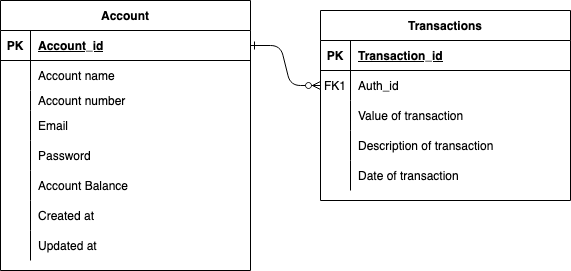
emmanueltukpe/ledger keeps this draw.io diagram as images/Ledger.drawio.png. Above is the earlier version. Source tidied: cells renumbered, new cells last; positions are measured from the earlier drawing's top-left corner, leaving out a move shared by most shapes. Source of this version:
```xml
<mxGraphModel>
  <root>
    <mxCell id="0" />
    <mxCell id="1" parent="0" />
    <mxCell id="2" style="edgeStyle=entityRelationEdgeStyle;endArrow=ERzeroToMany;startArrow=ERone;endFill=1;startFill=0;" parent="1" edge="1" source="20" target="7">
      <mxGeometry relative="1" as="geometry" />
    </mxCell>
    <mxCell id="3" value="Transactions" style="shape=table;startSize=30;rowLines=0;fontStyle=1;align=center;" parent="1" vertex="1">
      <mxGeometry x="320" y="10" width="250" height="190" as="geometry" />
    </mxCell>
    <mxCell id="4" style="shape=partialRectangle;fillColor=none;top=0;left=0;right=0;bottom=1;" parent="3" vertex="1">
      <mxGeometry y="30" width="250" height="30" as="geometry" />
    </mxCell>
    <mxCell id="5" value="PK" style="shape=partialRectangle;overflow=hidden;fillColor=none;top=0;left=0;bottom=0;right=0;fontStyle=1;" parent="4" vertex="1">
      <mxGeometry width="30" height="30" as="geometry" />
    </mxCell>
    <mxCell id="6" value="Transaction_id" style="shape=partialRectangle;overflow=hidden;fillColor=none;top=0;left=0;bottom=0;right=0;align=left;spacingLeft=6;fontStyle=5;" parent="4" vertex="1">
      <mxGeometry x="30" width="220" height="30" as="geometry" />
    </mxCell>
    <mxCell id="7" style="shape=partialRectangle;fillColor=none;points=[[0,0.5],[1,0.5]];portConstraint=eastwest;top=0;left=0;right=0;bottom=0;" parent="3" vertex="1">
      <mxGeometry y="60" width="250" height="30" as="geometry" />
    </mxCell>
    <mxCell id="8" value="FK1" style="shape=partialRectangle;overflow=hidden;fillColor=none;top=0;left=0;bottom=0;right=0;" parent="7" vertex="1">
      <mxGeometry width="30" height="30" as="geometry" />
    </mxCell>
    <mxCell id="9" value="Auth_id" style="shape=partialRectangle;overflow=hidden;fillColor=none;top=0;left=0;bottom=0;right=0;align=left;spacingLeft=6;" parent="7" vertex="1">
      <mxGeometry x="30" width="220" height="30" as="geometry" />
    </mxCell>
    <mxCell id="10" style="shape=partialRectangle;fillColor=none;top=0;left=0;right=0;bottom=0;" parent="3" vertex="1">
      <mxGeometry y="90" width="250" height="30" as="geometry" />
    </mxCell>
    <mxCell id="11" style="shape=partialRectangle;overflow=hidden;fillColor=none;top=0;left=0;bottom=0;right=0;" parent="10" vertex="1">
      <mxGeometry width="30" height="30" as="geometry" />
    </mxCell>
    <mxCell id="12" value="Value of transaction" style="shape=partialRectangle;overflow=hidden;fillColor=none;top=0;left=0;bottom=0;right=0;align=left;spacingLeft=6;" parent="10" vertex="1">
      <mxGeometry x="30" width="220" height="30" as="geometry" />
    </mxCell>
    <mxCell id="13" style="shape=partialRectangle;fillColor=none;top=0;left=0;bottom=0;right=0;" parent="3" vertex="1">
      <mxGeometry y="120" width="250" height="30" as="geometry" />
    </mxCell>
    <mxCell id="14" style="shape=partialRectangle;fillColor=none;top=0;left=0;bottom=0;right=0;overflow=hidden;" parent="13" vertex="1">
      <mxGeometry width="30" height="30" as="geometry" />
    </mxCell>
    <mxCell id="15" value="Description of transaction" style="shape=partialRectangle;fillColor=none;top=0;left=0;bottom=0;right=0;align=left;spacingLeft=6;overflow=hidden;" parent="13" vertex="1">
      <mxGeometry x="30" width="220" height="30" as="geometry" />
    </mxCell>
    <mxCell id="16" style="shape=partialRectangle;fillColor=none;top=0;left=0;bottom=0;right=0;" parent="3" vertex="1">
      <mxGeometry y="150" width="250" height="30" as="geometry" />
    </mxCell>
    <mxCell id="17" style="shape=partialRectangle;fillColor=none;top=0;left=0;bottom=0;right=0;overflow=hidden;" parent="16" vertex="1">
      <mxGeometry width="30" height="30" as="geometry" />
    </mxCell>
    <mxCell id="18" value="Date of transaction" style="shape=partialRectangle;fillColor=none;top=0;left=0;bottom=0;right=0;align=left;spacingLeft=6;overflow=hidden;" parent="16" vertex="1">
      <mxGeometry x="30" width="220" height="30" as="geometry" />
    </mxCell>
    <mxCell id="19" value="Account" style="shape=table;startSize=30;rowLines=0;fontStyle=1;align=center;" parent="1" vertex="1">
      <mxGeometry width="250" height="270" as="geometry" />
    </mxCell>
    <mxCell id="20" style="shape=partialRectangle;fillColor=none;points=[[0,0.5],[1,0.5]];portConstraint=eastwest;top=0;left=0;right=0;bottom=1;" parent="19" vertex="1">
      <mxGeometry y="30" width="250" height="30" as="geometry" />
    </mxCell>
    <mxCell id="21" value="PK" style="shape=partialRectangle;overflow=hidden;fillColor=none;top=0;left=0;bottom=0;right=0;fontStyle=1;" parent="20" vertex="1">
      <mxGeometry width="30" height="30" as="geometry" />
    </mxCell>
    <mxCell id="22" value="Account_id" style="shape=partialRectangle;overflow=hidden;fillColor=none;top=0;left=0;bottom=0;right=0;align=left;spacingLeft=6;fontStyle=5;" parent="20" vertex="1">
      <mxGeometry x="30" width="220" height="30" as="geometry" />
    </mxCell>
    <mxCell id="23" style="shape=partialRectangle;fillColor=none;top=0;left=0;right=0;bottom=0;" parent="19" vertex="1">
      <mxGeometry y="60" width="250" height="30" as="geometry" />
    </mxCell>
    <mxCell id="24" style="shape=partialRectangle;overflow=hidden;fillColor=none;top=0;left=0;bottom=0;right=0;" parent="23" vertex="1">
      <mxGeometry width="30" height="30" as="geometry" />
    </mxCell>
    <mxCell id="25" value="Account name" style="shape=partialRectangle;overflow=hidden;fillColor=none;top=0;left=0;bottom=0;right=0;align=left;spacingLeft=6;" parent="23" vertex="1">
      <mxGeometry x="30" width="220" height="30" as="geometry" />
    </mxCell>
    <mxCell id="26" style="shape=partialRectangle;fillColor=none;top=0;left=0;bottom=0;right=0;" parent="19" vertex="1">
      <mxGeometry y="90" width="250" height="20" as="geometry" />
    </mxCell>
    <mxCell id="27" style="shape=partialRectangle;fillColor=none;top=0;left=0;bottom=0;right=0;overflow=hidden;" parent="26" vertex="1">
      <mxGeometry width="30" height="20" as="geometry" />
    </mxCell>
    <mxCell id="28" value="Account number" style="shape=partialRectangle;fillColor=none;top=0;left=0;bottom=0;right=0;align=left;spacingLeft=6;overflow=hidden;" parent="26" vertex="1">
      <mxGeometry x="30" width="220" height="20" as="geometry" />
    </mxCell>
    <mxCell id="29" style="shape=partialRectangle;fillColor=none;top=0;left=0;bottom=0;right=0;" parent="19" vertex="1">
      <mxGeometry y="110" width="250" height="30" as="geometry" />
    </mxCell>
    <mxCell id="30" style="shape=partialRectangle;fillColor=none;top=0;left=0;bottom=0;right=0;overflow=hidden;" parent="29" vertex="1">
      <mxGeometry width="30" height="30" as="geometry" />
    </mxCell>
    <mxCell id="31" value="Email" style="shape=partialRectangle;fillColor=none;top=0;left=0;bottom=0;right=0;align=left;spacingLeft=6;overflow=hidden;" parent="29" vertex="1">
      <mxGeometry x="30" width="220" height="30" as="geometry" />
    </mxCell>
    <mxCell id="32" style="shape=partialRectangle;fillColor=none;top=0;left=0;bottom=0;right=0;" parent="19" vertex="1">
      <mxGeometry y="140" width="250" height="30" as="geometry" />
    </mxCell>
    <mxCell id="33" style="shape=partialRectangle;fillColor=none;top=0;left=0;bottom=0;right=0;overflow=hidden;" parent="32" vertex="1">
      <mxGeometry width="30" height="30" as="geometry" />
    </mxCell>
    <mxCell id="34" value="Password" style="shape=partialRectangle;fillColor=none;top=0;left=0;bottom=0;right=0;align=left;spacingLeft=6;overflow=hidden;" parent="32" vertex="1">
      <mxGeometry x="30" width="220" height="30" as="geometry" />
    </mxCell>
    <mxCell id="35" style="shape=partialRectangle;fillColor=none;top=0;left=0;bottom=0;right=0;" parent="19" vertex="1">
      <mxGeometry y="170" width="250" height="30" as="geometry" />
    </mxCell>
    <mxCell id="36" style="shape=partialRectangle;fillColor=none;top=0;left=0;bottom=0;right=0;overflow=hidden;" parent="35" vertex="1">
      <mxGeometry width="30" height="30" as="geometry" />
    </mxCell>
    <mxCell id="37" value="Account Balance" style="shape=partialRectangle;fillColor=none;top=0;left=0;bottom=0;right=0;align=left;spacingLeft=6;overflow=hidden;" parent="35" vertex="1">
      <mxGeometry x="30" width="220" height="30" as="geometry" />
    </mxCell>
    <mxCell id="38" style="shape=partialRectangle;fillColor=none;top=0;left=0;bottom=0;right=0;" parent="19" vertex="1">
      <mxGeometry y="200" width="250" height="30" as="geometry" />
    </mxCell>
    <mxCell id="39" style="shape=partialRectangle;fillColor=none;top=0;left=0;bottom=0;right=0;overflow=hidden;" parent="38" vertex="1">
      <mxGeometry width="30" height="30" as="geometry" />
    </mxCell>
    <mxCell id="40" value="Created at" style="shape=partialRectangle;fillColor=none;top=0;left=0;bottom=0;right=0;align=left;spacingLeft=6;overflow=hidden;" parent="38" vertex="1">
      <mxGeometry x="30" width="220" height="30" as="geometry" />
    </mxCell>
    <mxCell id="41" style="shape=partialRectangle;fillColor=none;top=0;left=0;bottom=0;right=0;" parent="19" vertex="1">
      <mxGeometry y="230" width="250" height="30" as="geometry" />
    </mxCell>
    <mxCell id="42" style="shape=partialRectangle;fillColor=none;top=0;left=0;bottom=0;right=0;overflow=hidden;" parent="41" vertex="1">
      <mxGeometry width="30" height="30" as="geometry" />
    </mxCell>
    <mxCell id="43" value="Updated at" style="shape=partialRectangle;fillColor=none;top=0;left=0;bottom=0;right=0;align=left;spacingLeft=6;overflow=hidden;" parent="41" vertex="1">
      <mxGeometry x="30" width="220" height="30" as="geometry" />
    </mxCell>
  </root>
</mxGraphModel>
```
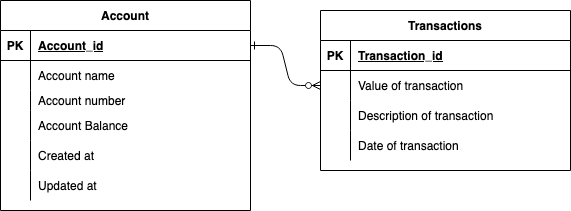
After the commit.

Change to the diagram source:
```diff
@@ -2,11 +2,13 @@
   <root>
     <mxCell id="0" />
     <mxCell id="1" parent="0" />
-    <mxCell id="2" style="edgeStyle=entityRelationEdgeStyle;endArrow=ERzeroToMany;startArrow=ERone;endFill=1;startFill=0;" parent="1" edge="1" source="20" target="7">
-      <mxGeometry relative="1" as="geometry" />
+    <mxCell id="2" style="edgeStyle=entityRelationEdgeStyle;endArrow=ERzeroToMany;startArrow=ERone;endFill=1;startFill=0;" parent="1" edge="1" source="20">
+      <mxGeometry relative="1" as="geometry">
+        <mxPoint x="320" y="85" as="targetPoint" />
+      </mxGeometry>
     </mxCell>
     <mxCell id="3" value="Transactions" style="shape=table;startSize=30;rowLines=0;fontStyle=1;align=center;" parent="1" vertex="1">
-      <mxGeometry x="320" y="10" width="250" height="190" as="geometry" />
+      <mxGeometry x="320" y="10" width="250" height="160" as="geometry" />
     </mxCell>
     <mxCell id="4" style="shape=partialRectangle;fillColor=none;top=0;left=0;right=0;bottom=1;" parent="3" vertex="1">
       <mxGeometry y="30" width="250" height="30" as="geometry" />
@@ -17,17 +19,8 @@
     <mxCell id="6" value="Transaction_id" style="shape=partialRectangle;overflow=hidden;fillColor=none;top=0;left=0;bottom=0;right=0;align=left;spacingLeft=6;fontStyle=5;" parent="4" vertex="1">
       <mxGeometry x="30" width="220" height="30" as="geometry" />
     </mxCell>
-    <mxCell id="7" style="shape=partialRectangle;fillColor=none;points=[[0,0.5],[1,0.5]];portConstraint=eastwest;top=0;left=0;right=0;bottom=0;" parent="3" vertex="1">
-      <mxGeometry y="60" width="250" height="30" as="geometry" />
-    </mxCell>
-    <mxCell id="8" value="FK1" style="shape=partialRectangle;overflow=hidden;fillColor=none;top=0;left=0;bottom=0;right=0;" parent="7" vertex="1">
-      <mxGeometry width="30" height="30" as="geometry" />
-    </mxCell>
-    <mxCell id="9" value="Auth_id" style="shape=partialRectangle;overflow=hidden;fillColor=none;top=0;left=0;bottom=0;right=0;align=left;spacingLeft=6;" parent="7" vertex="1">
-      <mxGeometry x="30" width="220" height="30" as="geometry" />
-    </mxCell>
     <mxCell id="10" style="shape=partialRectangle;fillColor=none;top=0;left=0;right=0;bottom=0;" parent="3" vertex="1">
-      <mxGeometry y="90" width="250" height="30" as="geometry" />
+      <mxGeometry y="60" width="250" height="30" as="geometry" />
     </mxCell>
     <mxCell id="11" style="shape=partialRectangle;overflow=hidden;fillColor=none;top=0;left=0;bottom=0;right=0;" parent="10" vertex="1">
       <mxGeometry width="30" height="30" as="geometry" />
@@ -36,7 +29,7 @@
       <mxGeometry x="30" width="220" height="30" as="geometry" />
     </mxCell>
     <mxCell id="13" style="shape=partialRectangle;fillColor=none;top=0;left=0;bottom=0;right=0;" parent="3" vertex="1">
-      <mxGeometry y="120" width="250" height="30" as="geometry" />
+      <mxGeometry y="90" width="250" height="30" as="geometry" />
     </mxCell>
     <mxCell id="14" style="shape=partialRectangle;fillColor=none;top=0;left=0;bottom=0;right=0;overflow=hidden;" parent="13" vertex="1">
       <mxGeometry width="30" height="30" as="geometry" />
@@ -45,7 +38,7 @@
       <mxGeometry x="30" width="220" height="30" as="geometry" />
     </mxCell>
     <mxCell id="16" style="shape=partialRectangle;fillColor=none;top=0;left=0;bottom=0;right=0;" parent="3" vertex="1">
-      <mxGeometry y="150" width="250" height="30" as="geometry" />
+      <mxGeometry y="120" width="250" height="30" as="geometry" />
     </mxCell>
     <mxCell id="17" style="shape=partialRectangle;fillColor=none;top=0;left=0;bottom=0;right=0;overflow=hidden;" parent="16" vertex="1">
       <mxGeometry width="30" height="30" as="geometry" />
@@ -54,7 +47,7 @@
       <mxGeometry x="30" width="220" height="30" as="geometry" />
     </mxCell>
     <mxCell id="19" value="Account" style="shape=table;startSize=30;rowLines=0;fontStyle=1;align=center;" parent="1" vertex="1">
-      <mxGeometry width="250" height="270" as="geometry" />
+      <mxGeometry width="250" height="210" as="geometry" />
     </mxCell>
     <mxCell id="20" style="shape=partialRectangle;fillColor=none;points=[[0,0.5],[1,0.5]];portConstraint=eastwest;top=0;left=0;right=0;bottom=1;" parent="19" vertex="1">
       <mxGeometry y="30" width="250" height="30" as="geometry" />
@@ -83,26 +76,8 @@
     <mxCell id="28" value="Account number" style="shape=partialRectangle;fillColor=none;top=0;left=0;bottom=0;right=0;align=left;spacingLeft=6;overflow=hidden;" parent="26" vertex="1">
       <mxGeometry x="30" width="220" height="20" as="geometry" />
     </mxCell>
-    <mxCell id="29" style="shape=partialRectangle;fillColor=none;top=0;left=0;bottom=0;right=0;" parent="19" vertex="1">
-      <mxGeometry y="110" width="250" height="30" as="geometry" />
-    </mxCell>
-    <mxCell id="30" style="shape=partialRectangle;fillColor=none;top=0;left=0;bottom=0;right=0;overflow=hidden;" parent="29" vertex="1">
-      <mxGeometry width="30" height="30" as="geometry" />
-    </mxCell>
-    <mxCell id="31" value="Email" style="shape=partialRectangle;fillColor=none;top=0;left=0;bottom=0;right=0;align=left;spacingLeft=6;overflow=hidden;" parent="29" vertex="1">
-      <mxGeometry x="30" width="220" height="30" as="geometry" />
-    </mxCell>
-    <mxCell id="32" style="shape=partialRectangle;fillColor=none;top=0;left=0;bottom=0;right=0;" parent="19" vertex="1">
-      <mxGeometry y="140" width="250" height="30" as="geometry" />
-    </mxCell>
-    <mxCell id="33" style="shape=partialRectangle;fillColor=none;top=0;left=0;bottom=0;right=0;overflow=hidden;" parent="32" vertex="1">
-      <mxGeometry width="30" height="30" as="geometry" />
-    </mxCell>
-    <mxCell id="34" value="Password" style="shape=partialRectangle;fillColor=none;top=0;left=0;bottom=0;right=0;align=left;spacingLeft=6;overflow=hidden;" parent="32" vertex="1">
-      <mxGeometry x="30" width="220" height="30" as="geometry" />
-    </mxCell>
     <mxCell id="35" style="shape=partialRectangle;fillColor=none;top=0;left=0;bottom=0;right=0;" parent="19" vertex="1">
-      <mxGeometry y="170" width="250" height="30" as="geometry" />
+      <mxGeometry y="110" width="250" height="30" as="geometry" />
     </mxCell>
     <mxCell id="36" style="shape=partialRectangle;fillColor=none;top=0;left=0;bottom=0;right=0;overflow=hidden;" parent="35" vertex="1">
       <mxGeometry width="30" height="30" as="geometry" />
@@ -111,7 +86,7 @@
       <mxGeometry x="30" width="220" height="30" as="geometry" />
     </mxCell>
     <mxCell id="38" style="shape=partialRectangle;fillColor=none;top=0;left=0;bottom=0;right=0;" parent="19" vertex="1">
-      <mxGeometry y="200" width="250" height="30" as="geometry" />
+      <mxGeometry y="140" width="250" height="30" as="geometry" />
     </mxCell>
     <mxCell id="39" style="shape=partialRectangle;fillColor=none;top=0;left=0;bottom=0;right=0;overflow=hidden;" parent="38" vertex="1">
       <mxGeometry width="30" height="30" as="geometry" />
@@ -120,7 +95,7 @@
       <mxGeometry x="30" width="220" height="30" as="geometry" />
     </mxCell>
     <mxCell id="41" style="shape=partialRectangle;fillColor=none;top=0;left=0;bottom=0;right=0;" parent="19" vertex="1">
-      <mxGeometry y="230" width="250" height="30" as="geometry" />
+      <mxGeometry y="170" width="250" height="30" as="geometry" />
     </mxCell>
     <mxCell id="42" style="shape=partialRectangle;fillColor=none;top=0;left=0;bottom=0;right=0;overflow=hidden;" parent="41" vertex="1">
       <mxGeometry width="30" height="30" as="geometry" />
```
